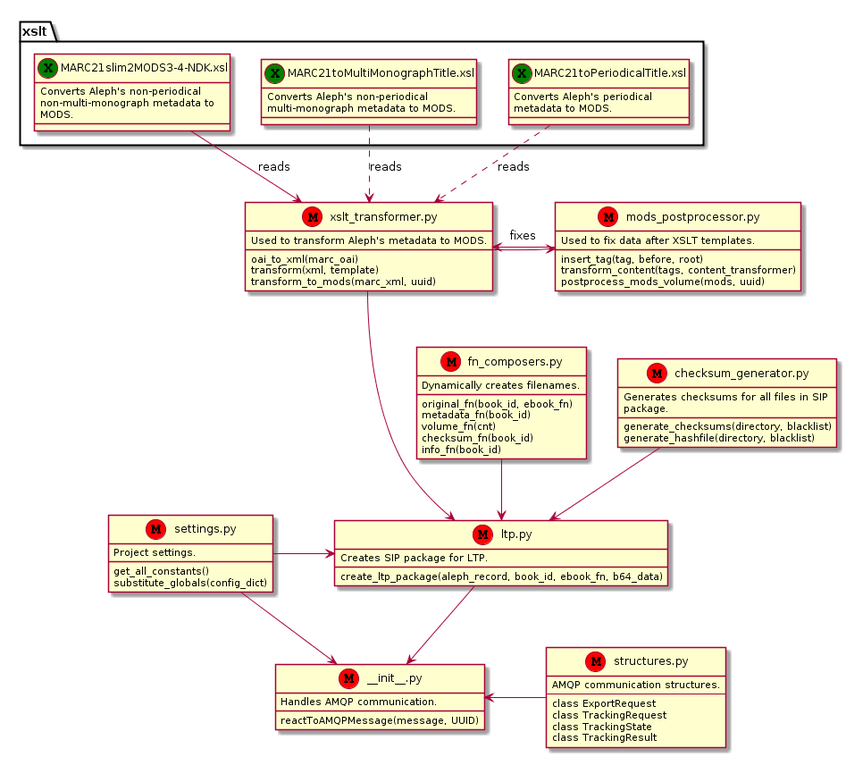
The PlantUML diagram docs/_static/relations.png in edeposit/edeposit.amqp.ltp, before a commit.
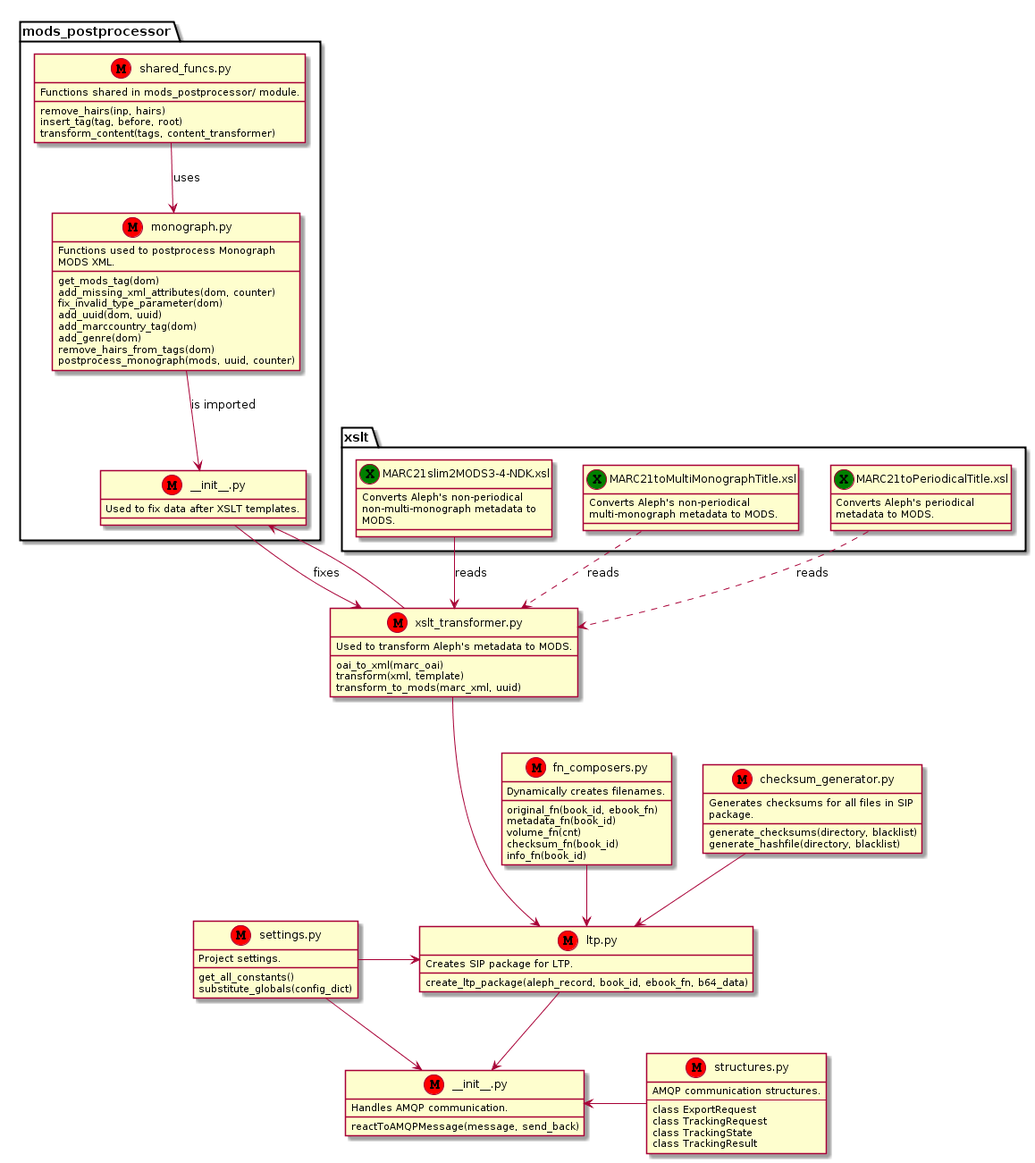
Later version of the same file.

Diff of the diagram source:
```diff
@@ -45,13 +45,36 @@
     generate_hashfile(directory, blacklist)
 }
 
-class mods_postprocessor as "mods_postprocessor.py" <<M, Red>> {
-    Used to fix data after XSLT templates.
+package mods_postprocessor {
+    class mp_init as "_?_init__.py" <<M, Red>> {
+        Used to fix data after XSLT templates.
 
-    insert_tag(tag, before, root)
-    transform_content(tags, content_transformer)
-    postprocess_mods_volume(mods, uuid)
+    }
+    class shared_funcs as "shared_funcs.py" <<M, Red>> {
+        Functions shared in mods_postprocessor/ module.
+
+        remove_hairs(inp, hairs)
+        insert_tag(tag, before, root)
+        transform_content(tags, content_transformer)
+    }
+    class monograph as "monograph.py" <<M, Red>> {
+        Functions used to postprocess Monograph
+        MODS XML.
+
+        get_mods_tag(dom)
+        add_missing_xml_attributes(dom, counter)
+        fix_invalid_type_parameter(dom)
+        add_uuid(dom, uuid)
+        add_marccountry_tag(dom)
+        add_genre(dom)
+        remove_hairs_from_tags(dom)
+        postprocess_monograph(mods, uuid, counter)
+    }
 }
+
+shared_funcs -d-> monograph: uses
+monograph -d-> mp_init: is imported
+
 
 class settings as "settings.py" <<M, Red>> {
     Project settings.
@@ -78,7 +101,7 @@
 class init as "_?_init__.py" <<M, Red>> {
     Handles AMQP communication.
 
-    reactToAMQPMessage(message, UUID)
+    reactToAMQPMessage(message, send_back)
 }
 
 settings -r-> ltp
@@ -91,6 +114,6 @@
 structures -l-> init
 settings --> init
 
-mods_postprocessor -r-> xslt_transformer: fixes
-xslt_transformer --> mods_postprocessor
+mp_init -r-> xslt_transformer: fixes
+xslt_transformer --> mp_init
 @enduml
```
